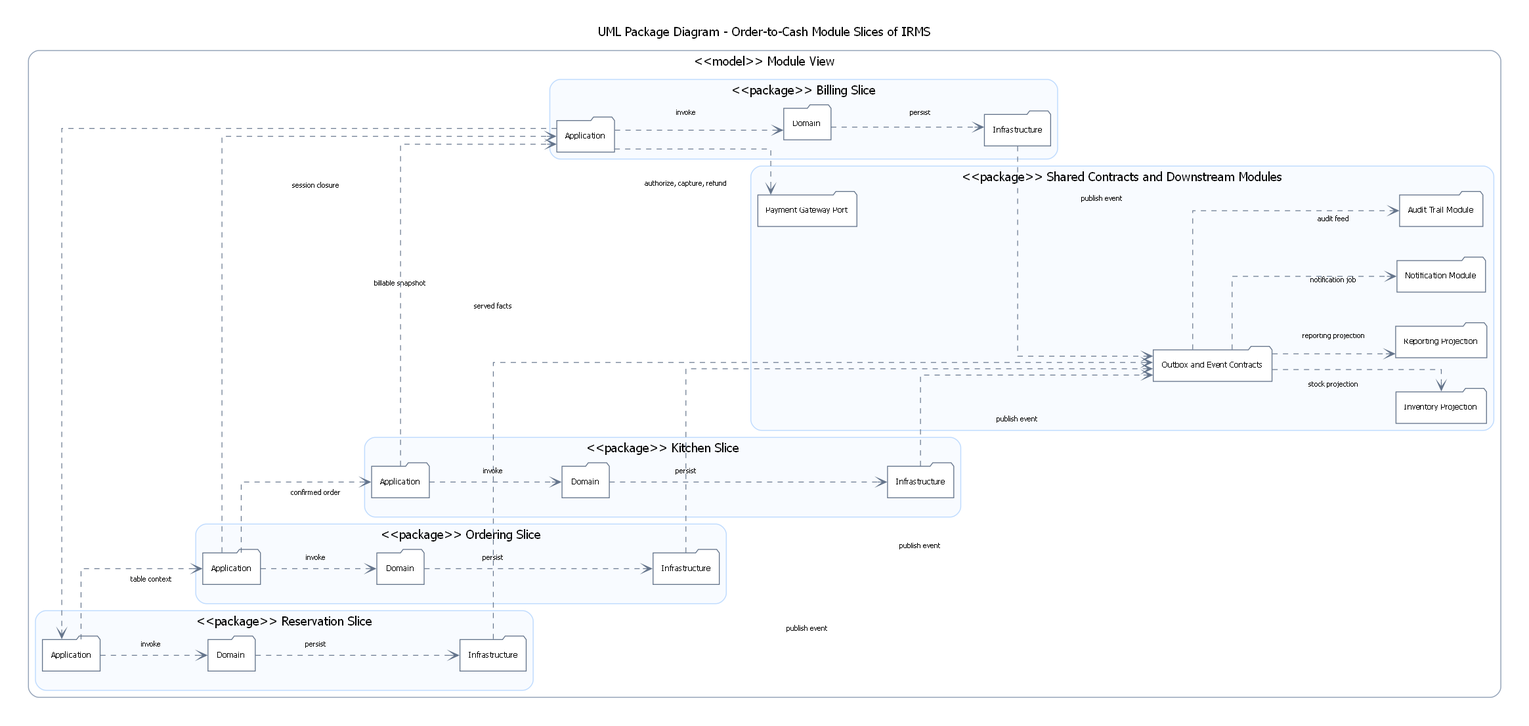
Earlier version of the Graphviz export assets/diagrams/rendered/architecture/35_module_view_order_to_cash_slices.png (lehoangluan1/SA_IRMS). Its source is kept beside it as assets/diagrams/source/architecture/35_module_view_order_to_cash_slices.dot.
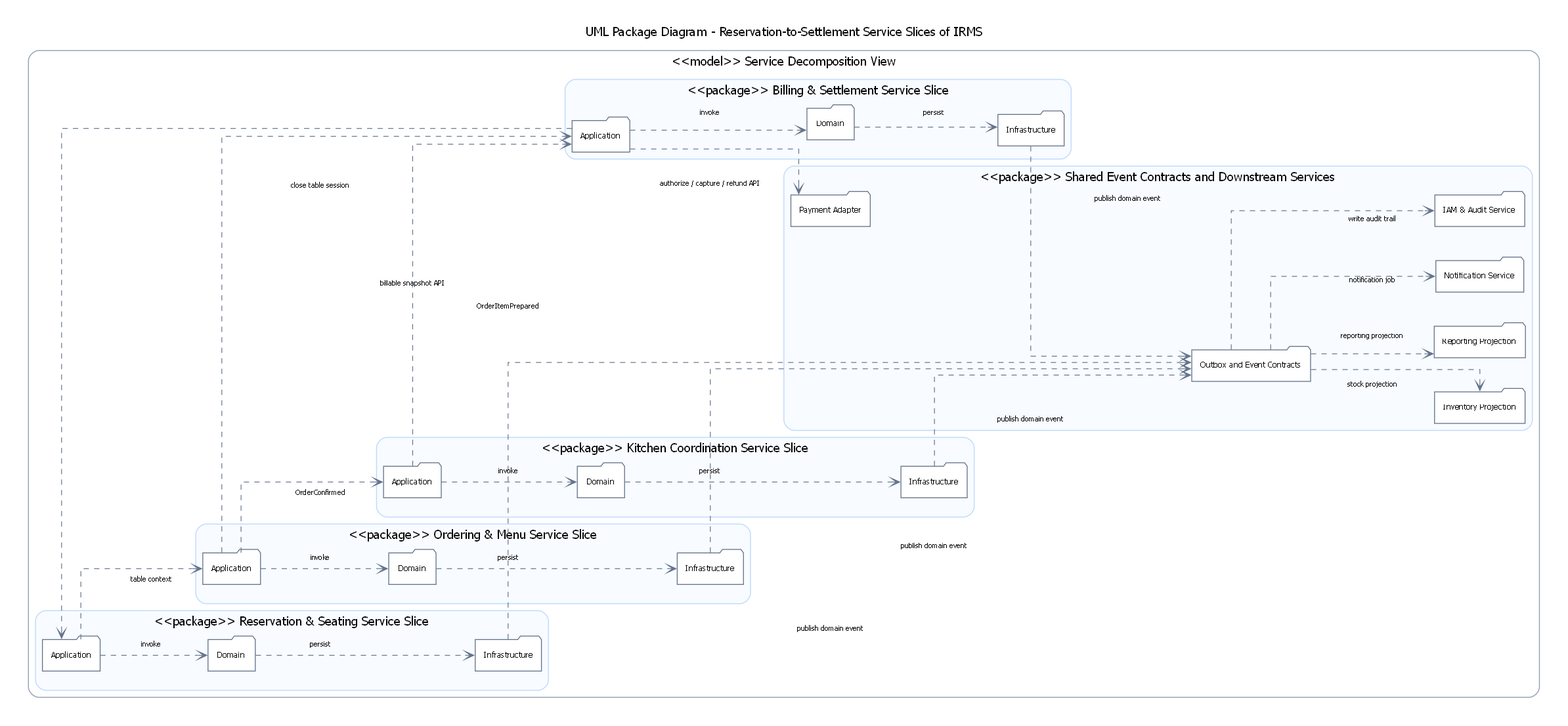
After the commit.

The edit, as a diff of the source:
```diff
@@ -10,20 +10,20 @@
     splines=ortho,
     fontname="DejaVu Sans",
     labelloc="t",
-    label="UML Package Diagram - Order-to-Cash Module Slices of IRMS"
+    label="UML Package Diagram - Reservation-to-Settlement Service Slices of IRMS"
   ];
 
   node [shape=folder, style="filled", fillcolor="#FFFFFF", color="#64748B", penwidth=1.0, fontname="DejaVu Sans", fontsize=9.3, margin="0.14,0.08"];
   edge [style=dashed, arrowhead=vee, color="#64748B", penwidth=0.9, fontname="DejaVu Sans", fontsize=8.0];
 
   subgraph cluster_model {
-    label="<<model>> Module View";
+    label="<<model>> Service Decomposition View";
     color="#94A3B8";
     penwidth=1.1;
     style="rounded";
 
     subgraph cluster_reservation {
-      label="<<package>> Reservation Slice";
+      label="<<package>> Reservation & Seating Service Slice";
       color="#BFDBFE";
       style="rounded,filled";
       fillcolor="#F8FBFF";
@@ -33,7 +33,7 @@
     }
 
     subgraph cluster_ordering {
-      label="<<package>> Ordering Slice";
+      label="<<package>> Ordering & Menu Service Slice";
       color="#BFDBFE";
       style="rounded,filled";
       fillcolor="#F8FBFF";
@@ -43,7 +43,7 @@
     }
 
     subgraph cluster_kitchen {
-      label="<<package>> Kitchen Slice";
+      label="<<package>> Kitchen Coordination Service Slice";
       color="#BFDBFE";
       style="rounded,filled";
       fillcolor="#F8FBFF";
@@ -53,7 +53,7 @@
     }
 
     subgraph cluster_billing {
-      label="<<package>> Billing Slice";
+      label="<<package>> Billing & Settlement Service Slice";
       color="#BFDBFE";
       style="rounded,filled";
       fillcolor="#F8FBFF";
@@ -63,16 +63,16 @@
     }
 
     subgraph cluster_shared {
-      label="<<package>> Shared Contracts and Downstream Modules";
+      label="<<package>> Shared Event Contracts and Downstream Services";
       color="#BFDBFE";
       style="rounded,filled";
       fillcolor="#F8FBFF";
       outbox [label="Outbox and Event Contracts"];
       inventory [label="Inventory Projection"];
       reporting [label="Reporting Projection"];
-      notification [label="Notification Module"];
-      payment [label="Payment Gateway Port"];
-      audit [label="Audit Trail Module"];
+      notification [label="Notification Service"];
+      payment [label="Payment Adapter"];
+      audit [label="IAM & Audit Service"];
     }
   }
 
@@ -86,19 +86,19 @@
   b_domain -> b_infra [label="persist"];
 
   r_app -> o_app [label="table context"];
-  o_app -> k_app [label="confirmed order"];
-  o_app -> b_app [label="billable snapshot"];
-  k_app -> b_app [label="served facts"];
-  b_app -> r_app [label="session closure"];
+  o_app -> k_app [label="OrderConfirmed"];
+  o_app -> b_app [label="billable snapshot API"];
+  k_app -> b_app [label="OrderItemPrepared"];
+  b_app -> r_app [label="close table session"];
 
-  r_infra -> outbox [label="publish event"];
-  o_infra -> outbox [label="publish event"];
-  k_infra -> outbox [label="publish event"];
-  b_infra -> outbox [label="publish event"];
+  r_infra -> outbox [label="publish domain event"];
+  o_infra -> outbox [label="publish domain event"];
+  k_infra -> outbox [label="publish domain event"];
+  b_infra -> outbox [label="publish domain event"];
 
   outbox -> inventory [label="stock projection"];
   outbox -> reporting [label="reporting projection"];
   outbox -> notification [label="notification job"];
-  outbox -> audit [label="audit feed"];
-  b_app -> payment [label="authorize, capture, refund"];
+  outbox -> audit [label="write audit trail"];
+  b_app -> payment [label="authorize / capture / refund API"];
 }
```
